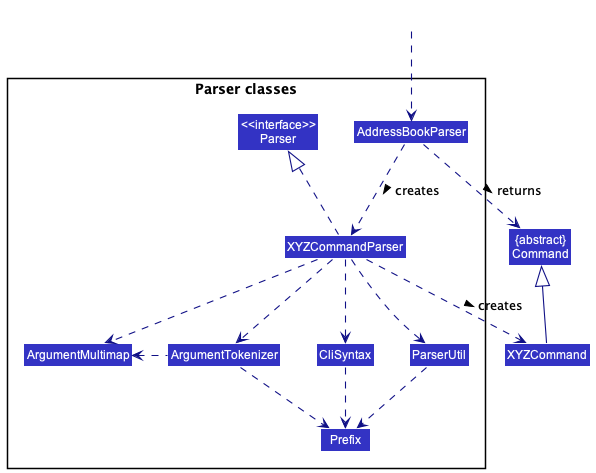
Earlier version of the PlantUML export docs/images/ParserClasses.png (nus-cs2103-AY2223S1/tp).
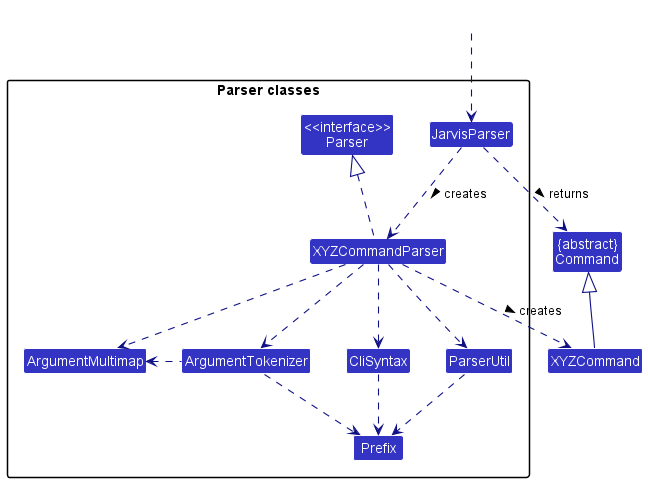
The same diagram one commit later.

Commit message:
Update Parser Classes Diagram

What changed in the source:
```diff
@@ -9,7 +9,7 @@
 
 package "Parser classes"{
 Class "<<interface>>\nParser" as Parser
-Class AddressBookParser
+Class JarvisParser
 Class XYZCommandParser
 Class CliSyntax
 Class ParserUtil
@@ -19,12 +19,12 @@
 }
 
 Class HiddenOutside #FFFFFF
-HiddenOutside ..> AddressBookParser
+HiddenOutside ..> JarvisParser
 
-AddressBookParser .down.> XYZCommandParser: creates >
+JarvisParser .down.> XYZCommandParser: creates >
 
 XYZCommandParser ..> XYZCommand : creates >
-AddressBookParser ..> Command : returns >
+JarvisParser ..> Command : returns >
 XYZCommandParser .up.|> Parser
 XYZCommandParser ..> ArgumentMultimap
 XYZCommandParser ..> ArgumentTokenizer
```
